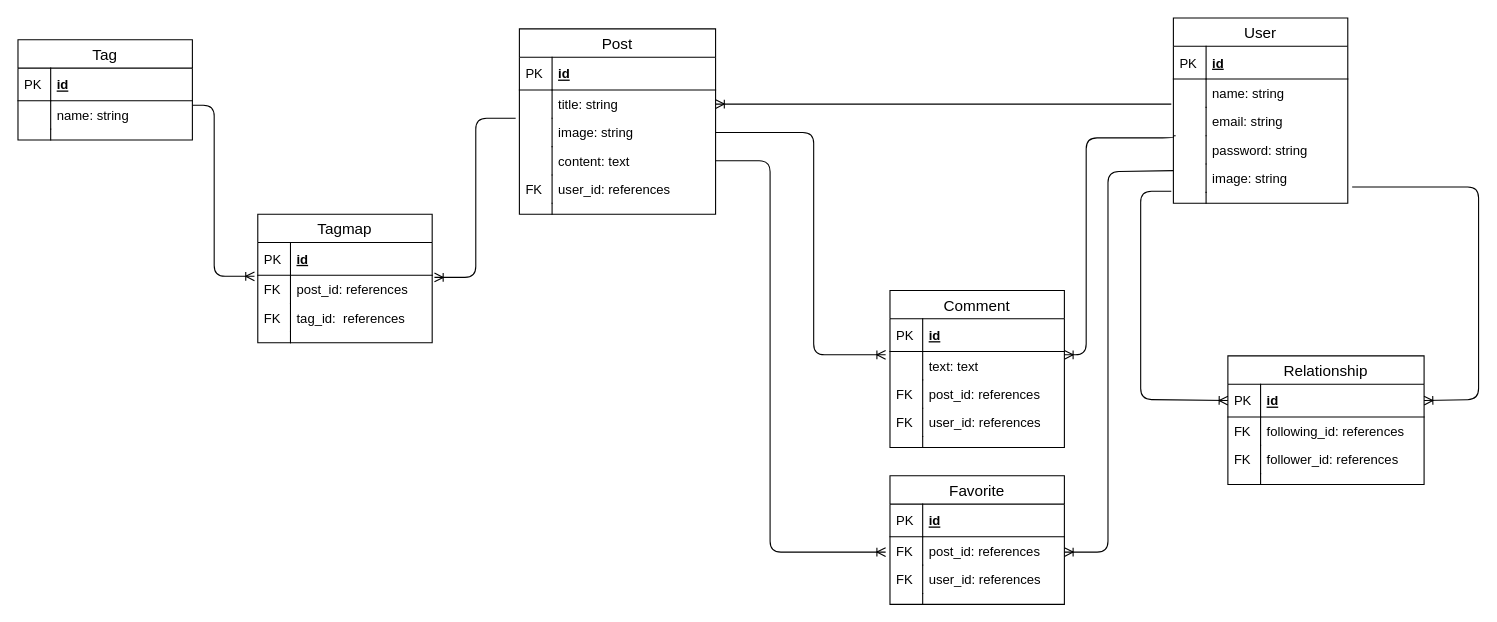
This is niwaai.drawio from TakashiAoki5816/niwaai, a draw.io file, before an edit. Source tidied: cells renumbered, new cells numbered last; positions are measured from the earlier drawing's top-left corner, leaving out a move shared by most shapes. Both pictures are drawn from the tidied source at 109%, with x=0, y=0 at pixel (17, 17).
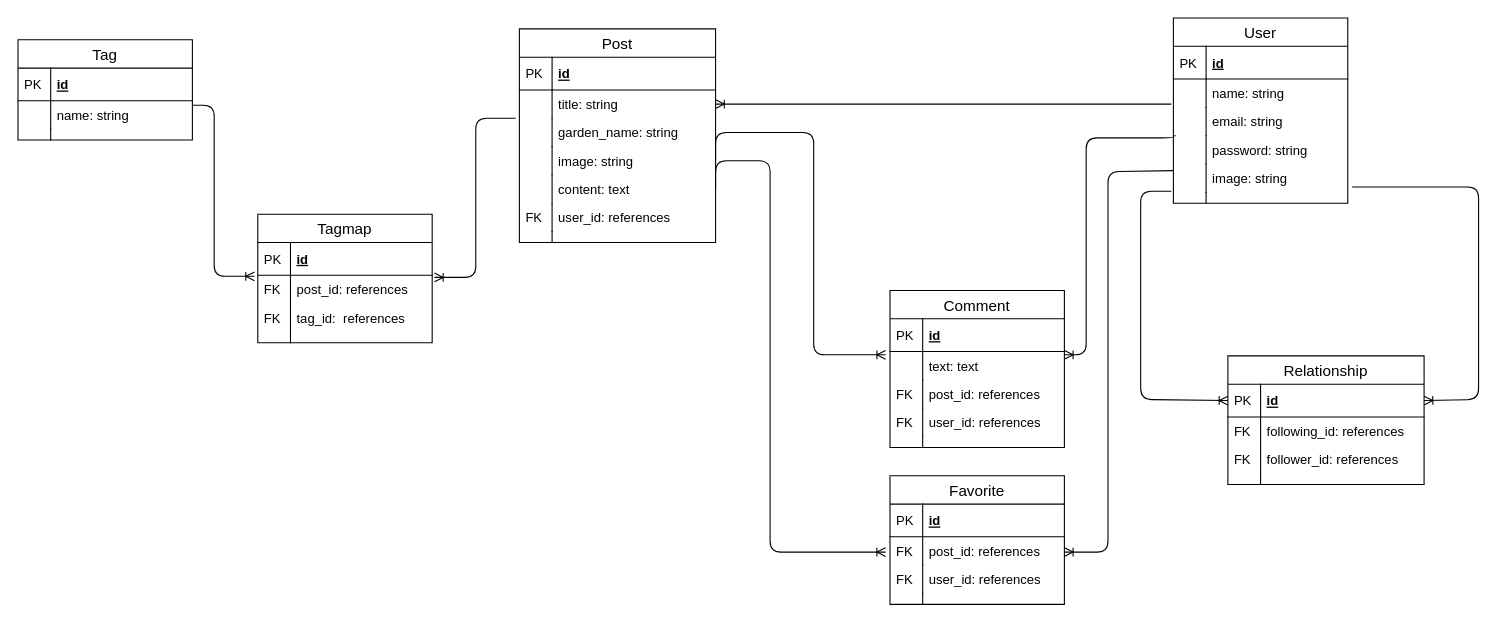
Above is the later version.

Commit message:
added posts garden_name

The edit, as a diff of the source:
```diff
@@
     <mxCell id="53" value="Post" style="swimlane;fontStyle=0;horizontal=1;startSize=26;align=center;fontSize=14;" parent="1" vertex="1">
-      <mxGeometry x="460" y="10" width="180" height="170" as="geometry" />
+      <mxGeometry x="460" y="10" width="180" height="196" as="geometry" />
     </mxCell>
@@
+    <mxCell id="82" value="garden_name: string" style="shape=partialRectangle;top=0;left=0;right=0;bottom=0;align=left;verticalAlign=top;fillColor=none;spacingLeft=34;spacingRight=4;overflow=hidden;fontSize=12;" parent="53" vertex="1">
+      <mxGeometry y="82" width="180" height="26" as="geometry" />
+    </mxCell>
+    <mxCell id="83" style="shape=partialRectangle;top=0;left=0;bottom=0;fillColor=none;align=left;verticalAlign=top;spacingLeft=4;spacingRight=4;overflow=hidden;fontSize=12;" parent="82" vertex="1">
+      <mxGeometry width="30" height="26" as="geometry" />
+    </mxCell>
     <mxCell id="58" value="image: string" style="shape=partialRectangle;top=0;left=0;right=0;bottom=0;align=left;verticalAlign=top;fillColor=none;spacingLeft=34;spacingRight=4;overflow=hidden;points=[[0,0.5],[1,0.5]];portConstraint=eastwest;fontSize=12;" parent="53" vertex="1">
-      <mxGeometry y="82" width="180" height="26" as="geometry" />
+      <mxGeometry y="108" width="180" height="26" as="geometry" />
     </mxCell>
@@
     <mxCell id="60" value="content: text" style="shape=partialRectangle;top=0;left=0;right=0;bottom=0;align=left;verticalAlign=top;fillColor=none;spacingLeft=34;spacingRight=4;overflow=hidden;points=[[0,0.5],[1,0.5]];portConstraint=eastwest;fontSize=12;" parent="53" vertex="1">
-      <mxGeometry y="108" width="180" height="26" as="geometry" />
+      <mxGeometry y="134" width="180" height="26" as="geometry" />
     </mxCell>
@@
     <mxCell id="62" value="user_id: references" style="shape=partialRectangle;top=0;left=0;right=0;bottom=0;align=left;verticalAlign=top;fillColor=none;spacingLeft=34;spacingRight=4;overflow=hidden;fontSize=12;" parent="53" vertex="1">
-      <mxGeometry y="134" width="180" height="26" as="geometry" />
+      <mxGeometry y="160" width="180" height="26" as="geometry" />
     </mxCell>
@@
     <mxCell id="64" style="shape=partialRectangle;top=0;left=0;right=0;bottom=0;align=left;verticalAlign=top;fillColor=none;spacingLeft=34;spacingRight=4;overflow=hidden;fontSize=12;" parent="53" vertex="1">
-      <mxGeometry y="160" width="180" height="10" as="geometry" />
+      <mxGeometry y="186" width="180" height="10" as="geometry" />
     </mxCell>
```
